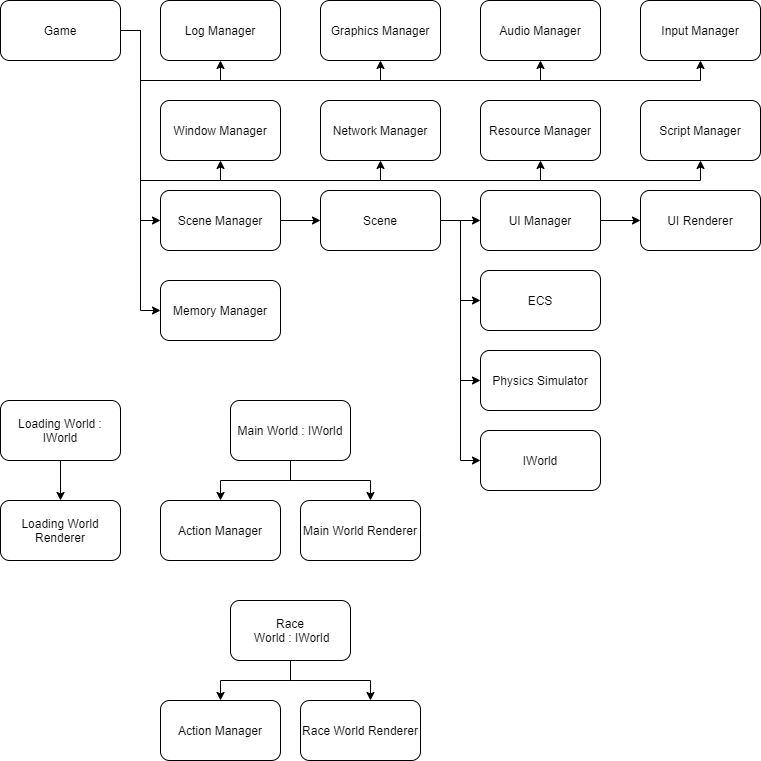
snowmeltarcade/projectbirdracing keeps this draw.io diagram as documentation/technical_architecture/images/client_class_structure_overview.drawio.png. Above is the earlier version. Source tidied: cells renumbered, new cells last; positions are measured from the earlier drawing's top-left corner, leaving out a move shared by most shapes.
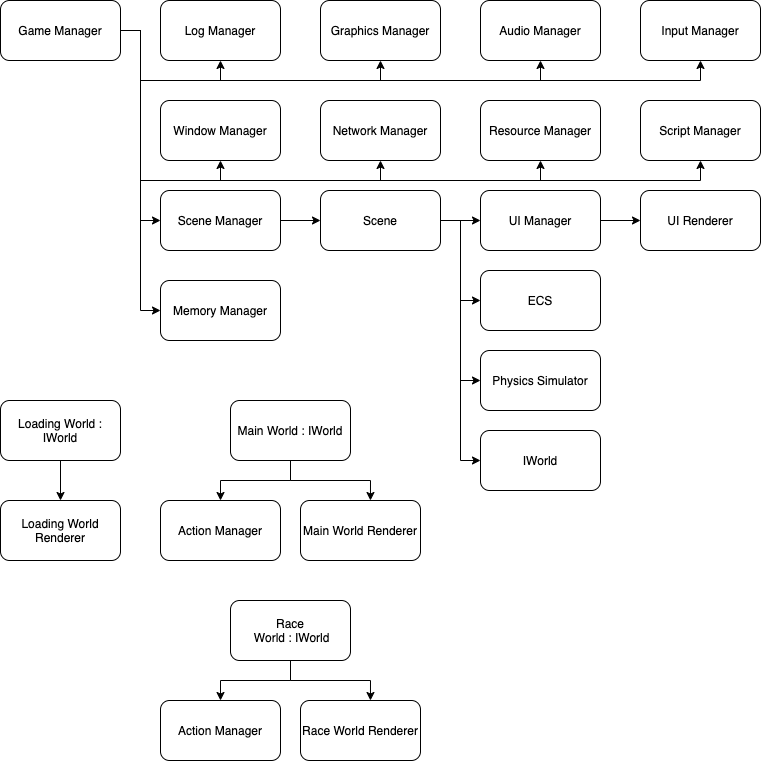
After the commit.

Diff of the diagram source:
```diff
@@ -68,7 +68,7 @@
     <mxCell id="11" style="edgeStyle=orthogonalEdgeStyle;rounded=0;jettySize=auto;html=1;exitX=1;exitY=0.5;exitDx=0;exitDy=0;entryX=0;entryY=0.5;entryDx=0;entryDy=0;" parent="1" edge="1" source="12" target="47">
       <mxGeometry relative="1" as="geometry" />
     </mxCell>
-    <mxCell id="12" value="Game" style="rounded=1;whiteSpace=wrap;html=1;" parent="1" vertex="1">
+    <mxCell id="12" value="Game Manager" style="rounded=1;whiteSpace=wrap;html=1;" parent="1" vertex="1">
       <mxGeometry width="120" height="60" as="geometry" />
     </mxCell>
     <mxCell id="13" value="Log Manager" style="rounded=1;whiteSpace=wrap;html=1;" parent="1" vertex="1">
```
